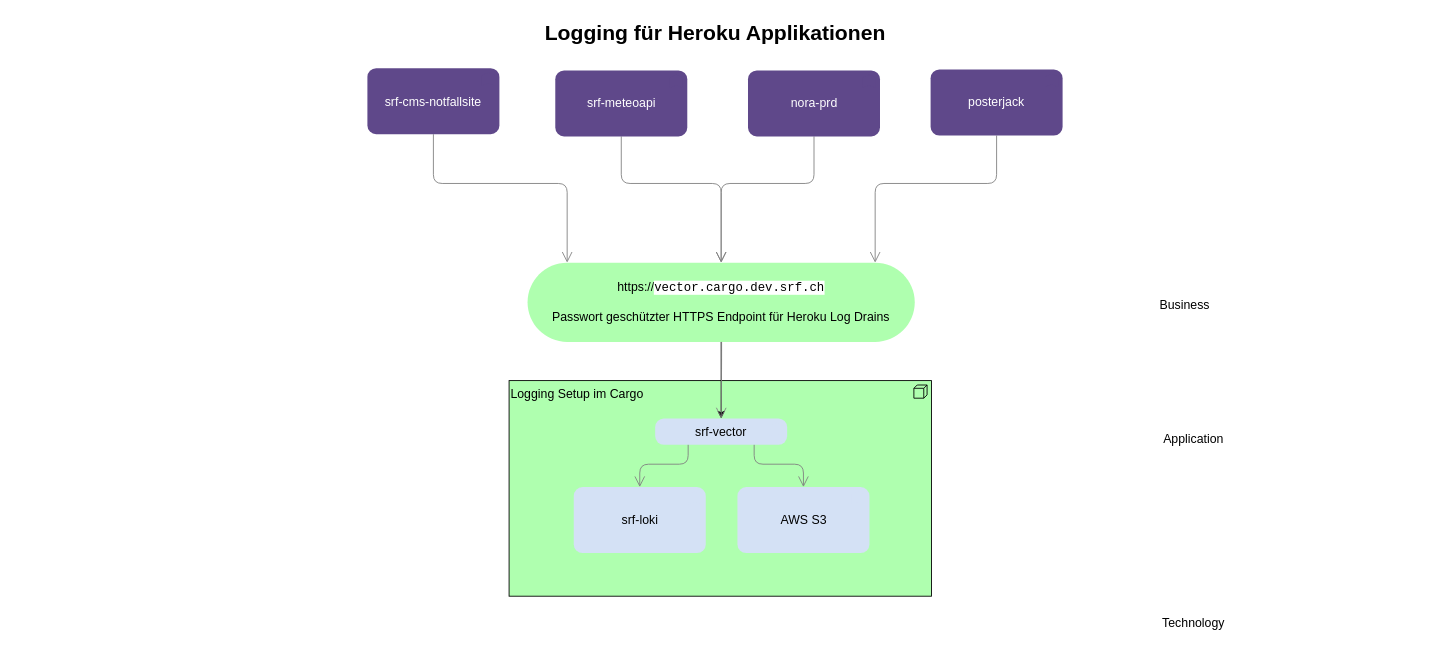
Above: wip.drawio in claudio-walser/draw.io (draw.io), before the change. Source tidied: cells renumbered, new cells numbered last; positions are measured from the earlier drawing's top-left corner, leaving out a move shared by most shapes. Both pictures are drawn from the tidied source at 88%, with x=0, y=0 at pixel (15, 15).
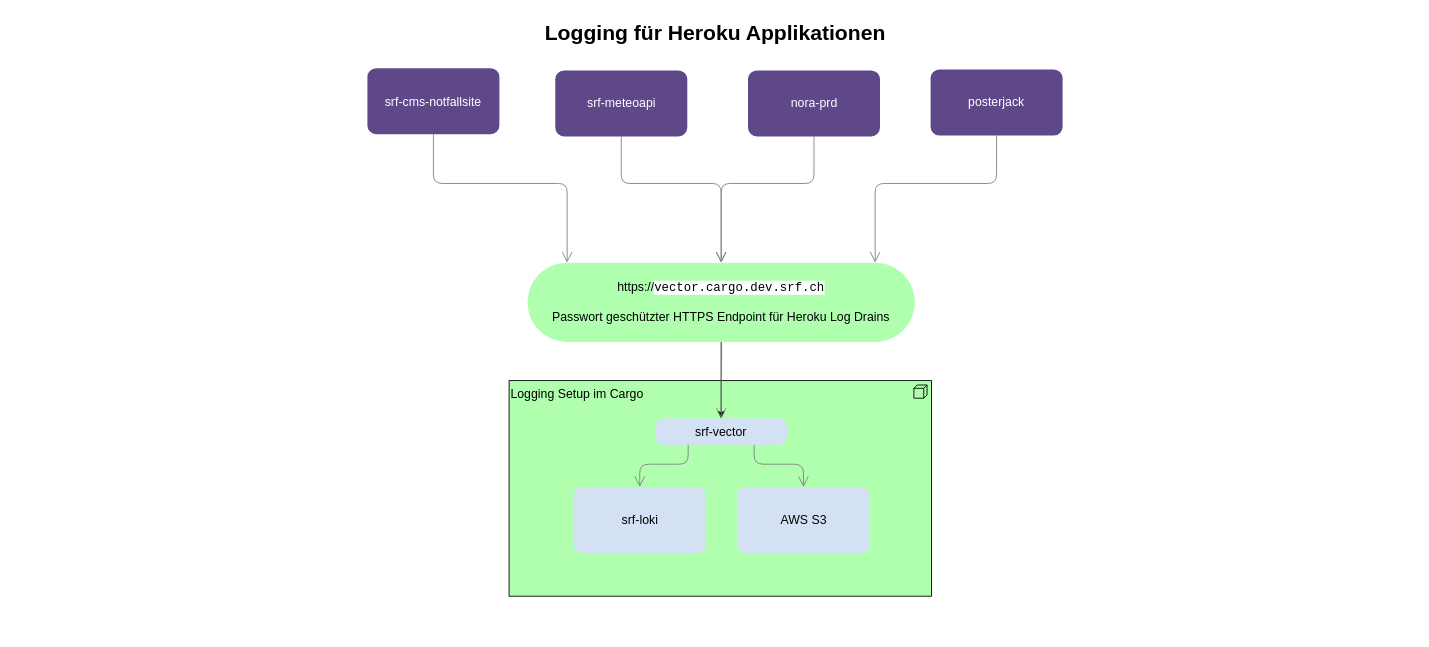
After the change.

Change to the diagram source:
```diff
@@
-    <mxCell id="10" value="Technology" style="text;html=1;strokeColor=none;fillColor=none;align=center;verticalAlign=middle;whiteSpace=wrap;fontSize=14;" parent="1" vertex="1">
-      <mxGeometry x="1219" y="681" width="240" height="20" as="geometry" />
-    </mxCell>
-    <mxCell id="11" value="Application" style="text;html=1;strokeColor=none;fillColor=none;align=center;verticalAlign=middle;whiteSpace=wrap;fontSize=14;" parent="1" vertex="1">
-      <mxGeometry x="1219" y="471" width="240" height="20" as="geometry" />
-    </mxCell>
-    <mxCell id="12" value="Business" style="text;html=1;strokeColor=none;fillColor=none;align=center;verticalAlign=middle;whiteSpace=wrap;fontSize=14;" parent="1" vertex="1">
-      <mxGeometry x="1209" y="319" width="240" height="20" as="geometry" />
-    </mxCell>
```
